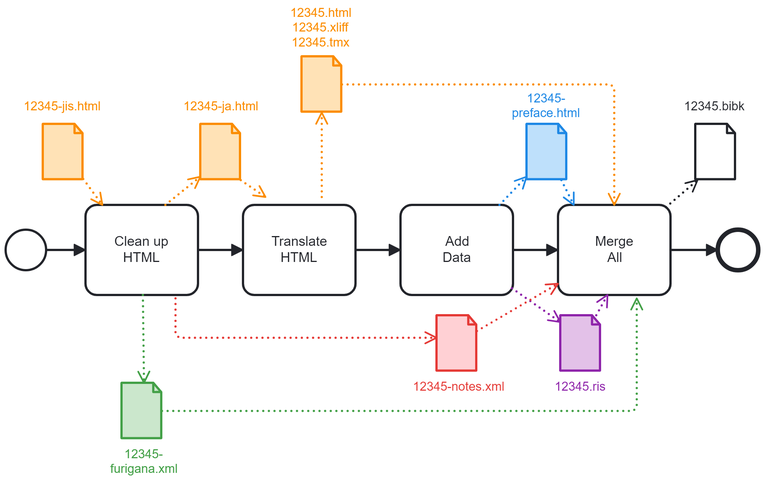
This is 0-InitialWorkflow.png from japotrad/blue-sora, a BPMN export, as it was before one commit. Its source is kept beside it as 0-InitialWorkflow.bpmn. Ids are renumbered.
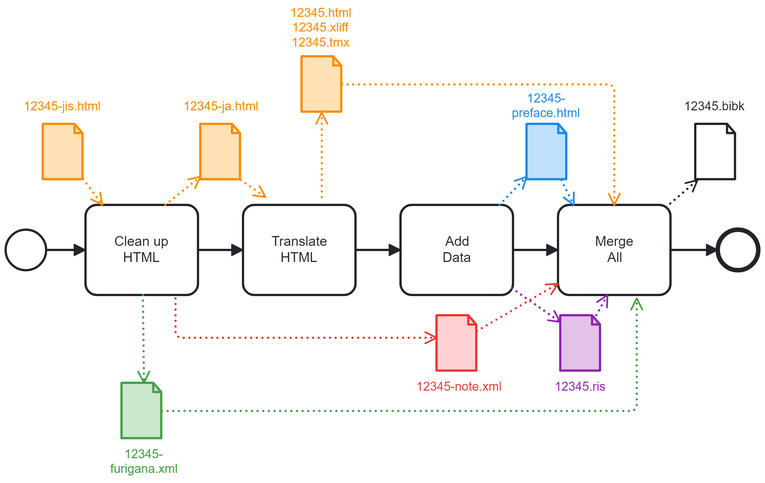
The same file after the commit.

Diff of the diagram source:
```diff
@@ -35,7 +35,7 @@
       </bpmn:dataOutputAssociation>
     </bpmn:task>
     <bpmn:sequenceFlow id="Flow_n4" sourceRef="Activity_n3" targetRef="Activity_n14" />
-    <bpmn:dataObjectReference id="DataObjectReference_n11" name="12345-notes.xml" dataObjectRef="DataObject_n20" />
+    <bpmn:dataObjectReference id="DataObjectReference_n11" name="12345-note.xml" dataObjectRef="DataObject_n20" />
     <bpmn:dataObject id="DataObject_n20" />
     <bpmn:dataObjectReference id="DataObjectReference_n9" name="12345-ja.html" dataObjectRef="DataObject_n21" />
     <bpmn:dataObject id="DataObject_n21" />
@@ -112,7 +112,7 @@
       <bpmndi:BPMNShape id="DataObjectReference_n11_di" bpmnElement="DataObjectReference_n11" bioc:stroke="#e53935" bioc:fill="#ffcdd2" color:background-color="#ffcdd2" color:border-color="#e53935">
         <dc:Bounds x="562" y="355" width="36" height="50" />
         <bpmndi:BPMNLabel color:color="#e53935">
-          <dc:Bounds x="541" y="412" width="82" height="14" />
+          <dc:Bounds x="544" y="412" width="77" height="14" />
         </bpmndi:BPMNLabel>
       </bpmndi:BPMNShape>
       <bpmndi:BPMNShape id="DataObjectReference_n9_di" bpmnElement="DataObjectReference_n9" bioc:stroke="#fb8c00" bioc:fill="#ffe0b2" color:background-color="#ffe0b2" color:border-color="#fb8c00">
```
